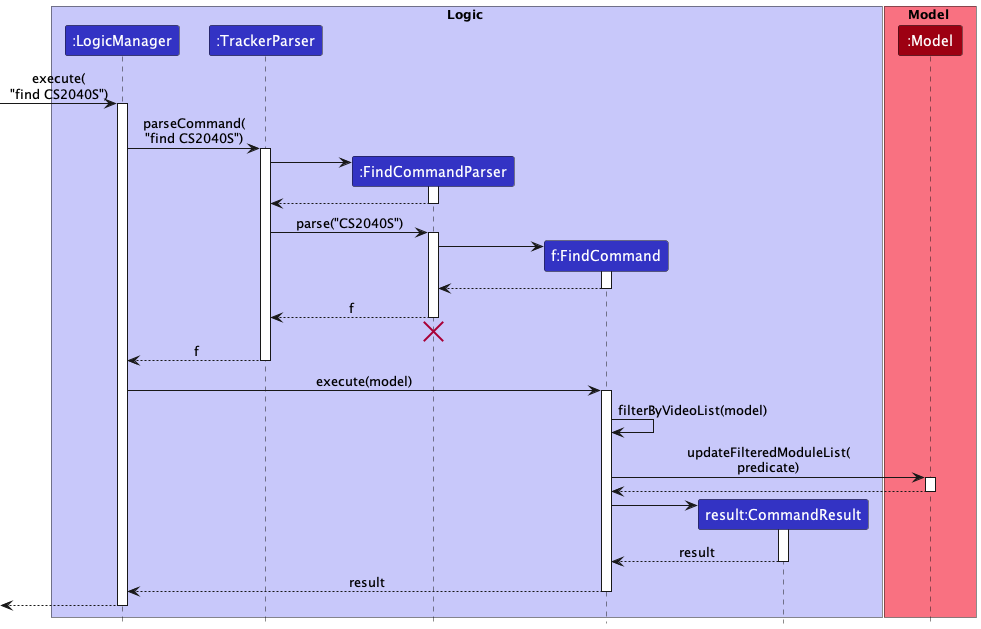
nus-cs2103-AY2223S2/tp keeps this PlantUML diagram as docs/images/FindSequenceDiagram.png. Above is the earlier version.
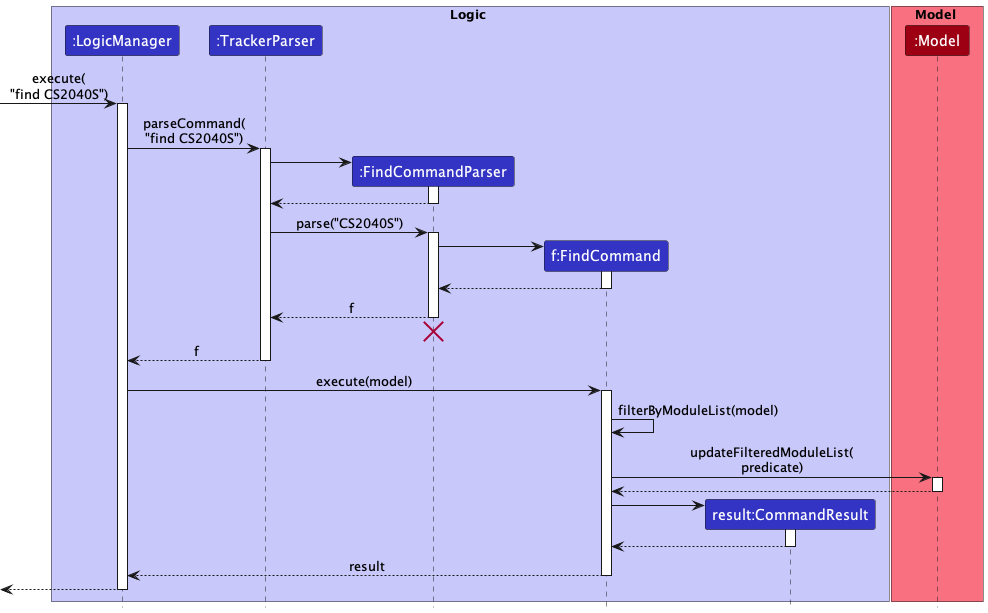
After the change.

Commit message:
Update sequence diagrams on typo errors

What changed in the source:
```diff
@@ -48,7 +48,7 @@
 LogicManager -> FindCommand : execute(model)
 activate FindCommand
 
-FindCommand -> FindCommand : filterByVideoList(model)
+FindCommand -> FindCommand : filterByModuleList(model)
 
 FindCommand -> Model : updateFilteredModuleList(\npredicate)
 activate Model
@@ -60,7 +60,7 @@
 FindCommand -> CommandResult
 activate CommandResult
 
-CommandResult --> FindCommand : result
+CommandResult --> FindCommand
 deactivate CommandResult
 
 FindCommand --> LogicManager : result
```
